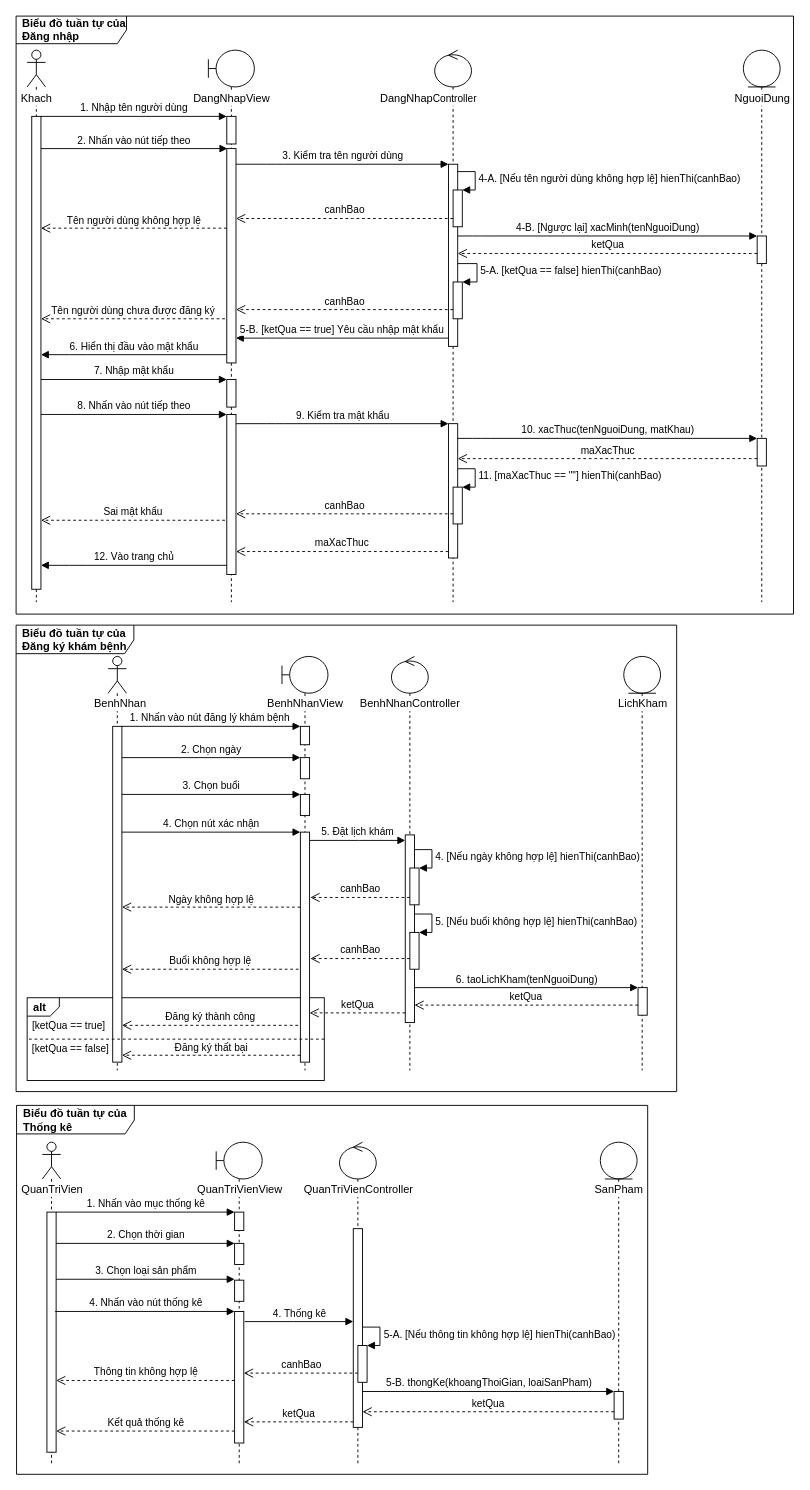
Earlier version of the draw.io diagram page "Sequence" (1 of 4) of designs/luc.drawio (luclegen/medicine16). Source tidied: cells renumbered, new cells numbered last; positions are measured from the earlier drawing's top-left corner, leaving out a move shared by most shapes. Both pictures are drawn from the tidied source at 92%, with x=0, y=0 at pixel (16, 16).
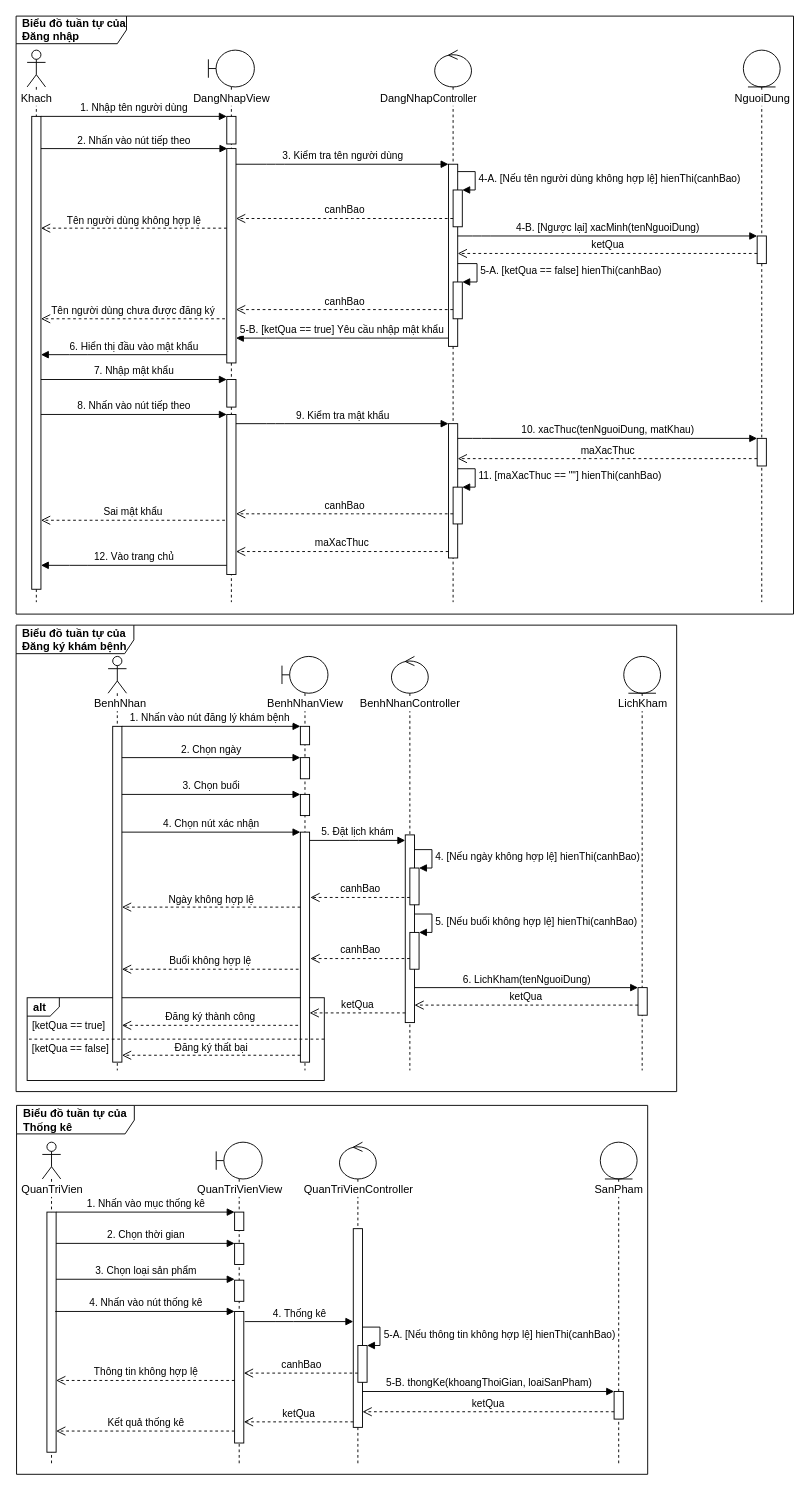
The same diagram, later.

Commit message:
Rename taoLichKham to LichKham

Unchanged cells that the change refers to:
```xml
<mxCell id="71" style="html=1;points=[];perimeter=orthogonalPerimeter;" parent="1" vertex="1">
  <mxGeometry x="676" y="1056" width="10" height="30" as="geometry" />
</mxCell>
```

What changed in the source:
```diff
@@
-    <mxCell id="70" value="6. taoLichKham(tenNguoiDung)" style="html=1;verticalAlign=bottom;endArrow=block;" parent="1" edge="1" target="71">
+    <mxCell id="70" value="6. LichKham(tenNguoiDung)" style="html=1;verticalAlign=bottom;endArrow=block;" parent="1" edge="1" target="71">
       <mxGeometry relative="1" as="geometry">
         <mxPoint x="433" y="1056" as="sourcePoint" />
       </mxGeometry>
     </mxCell>
```
